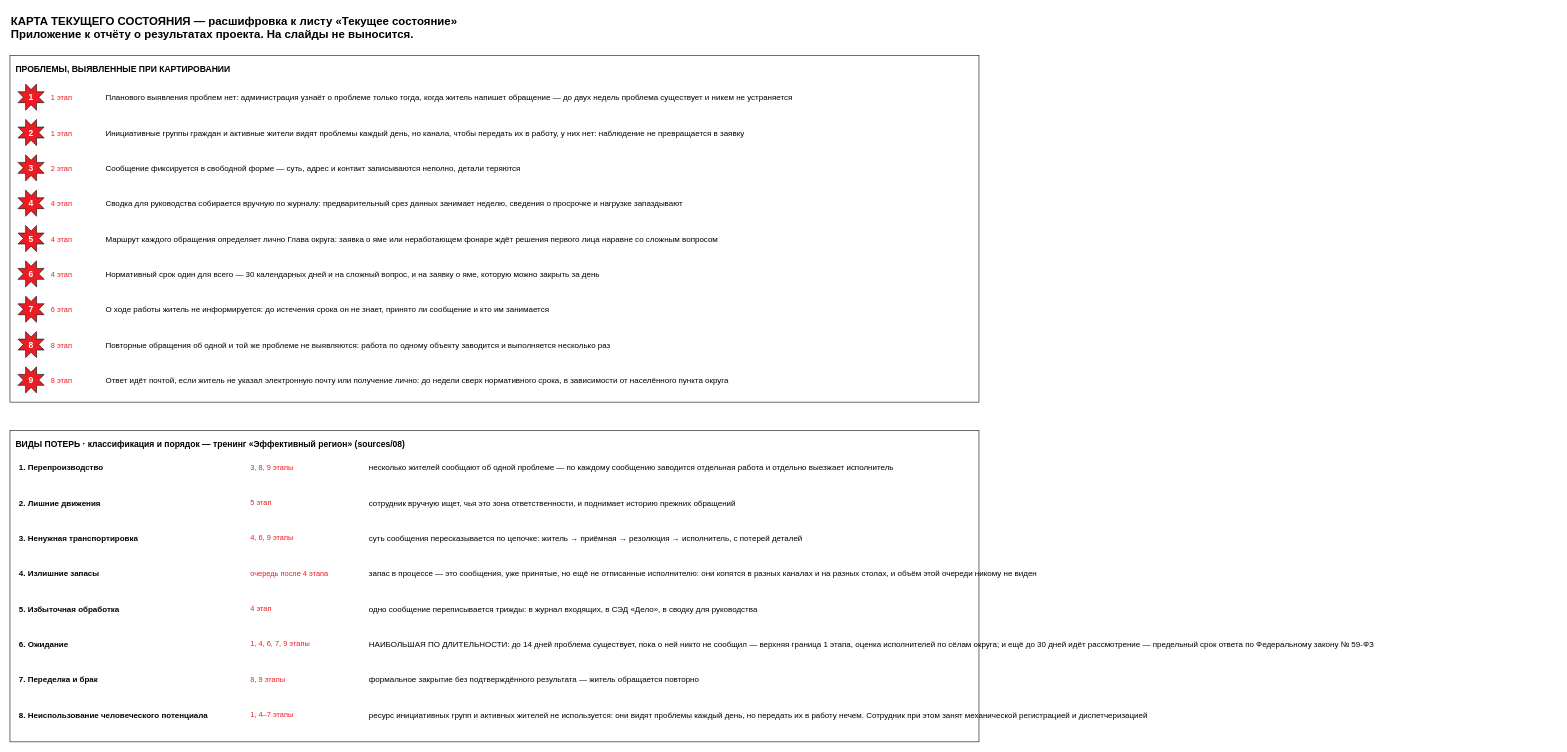
The draw.io diagram page "Проблемы и потери" (2 of 2) of файлы/karta-tekushchego.drawio in NiceGenn/Team-28-progress, before the edit. Source tidied: cells renumbered, new cells numbered last; positions are measured from the earlier drawing's top-left corner, leaving out a move shared by most shapes. Both pictures are drawn from the tidied source at 57%, with x=0, y=0 at pixel (10, 10).
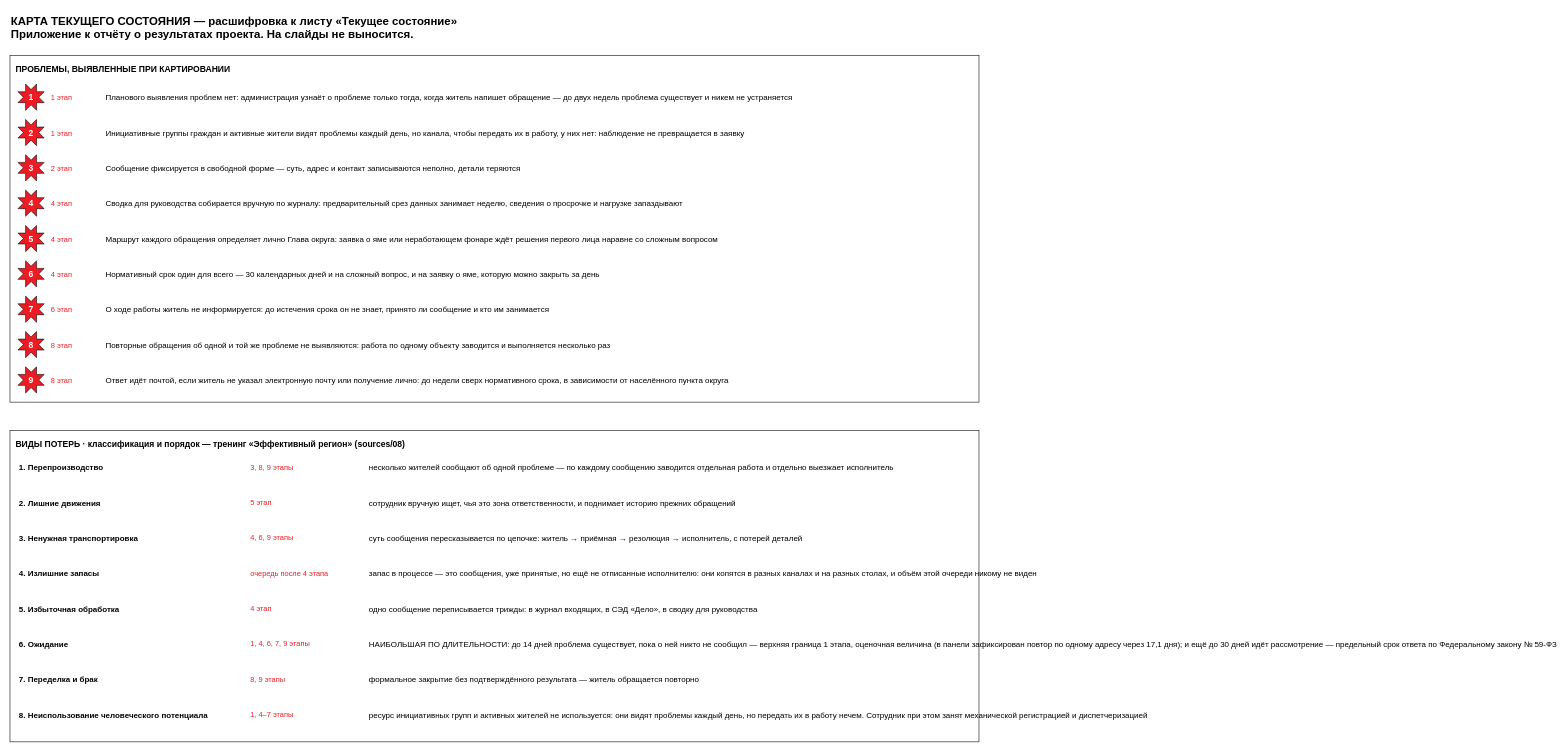
Above is the later version.

The change refers to these unchanged cells:
```xml
<mxCell id="31" value="ВИДЫ ПОТЕРЬ  ·  классификация и порядок — тренинг «Эффективный регион» (sources/08)" style="rounded=0;whiteSpace=wrap;html=1;fillColor=#FFFFFF;strokeColor=#000000;align=left;verticalAlign=top;fontSize=15;fontStyle=1;spacing=10;" parent="1" vertex="1">
  <mxGeometry y="738" width="1700" height="546" as="geometry" />
</mxCell>
```

Change to the diagram source:
```diff
@@
-    <mxCell id="49" value="НАИБОЛЬШАЯ ПО ДЛИТЕЛЬНОСТИ: до 14 дней проблема существует, пока о ней никто не сообщил — верхняя граница 1 этапа, оценка исполнителей по сёлам округа; и ещё до 30 дней идёт рассмотрение — предельный срок ответа по Федеральному закону № 59-ФЗ" style="text;html=1;align=left;verticalAlign=top;fontSize=14;" parent="31" vertex="1">
+    <mxCell id="49" value="НАИБОЛЬШАЯ ПО ДЛИТЕЛЬНОСТИ: до 14 дней проблема существует, пока о ней никто не сообщил — верхняя граница 1 этапа, оценочная величина (в панели зафиксирован повтор по одному адресу через 17,1 дня); и ещё до 30 дней идёт рассмотрение — предельный срок ответа по Федеральному закону № 59-ФЗ" style="text;html=1;align=left;verticalAlign=top;fontSize=14;" parent="31" vertex="1">
       <mxGeometry x="628" y="360" width="1054" height="54" as="geometry" />
     </mxCell>
```
